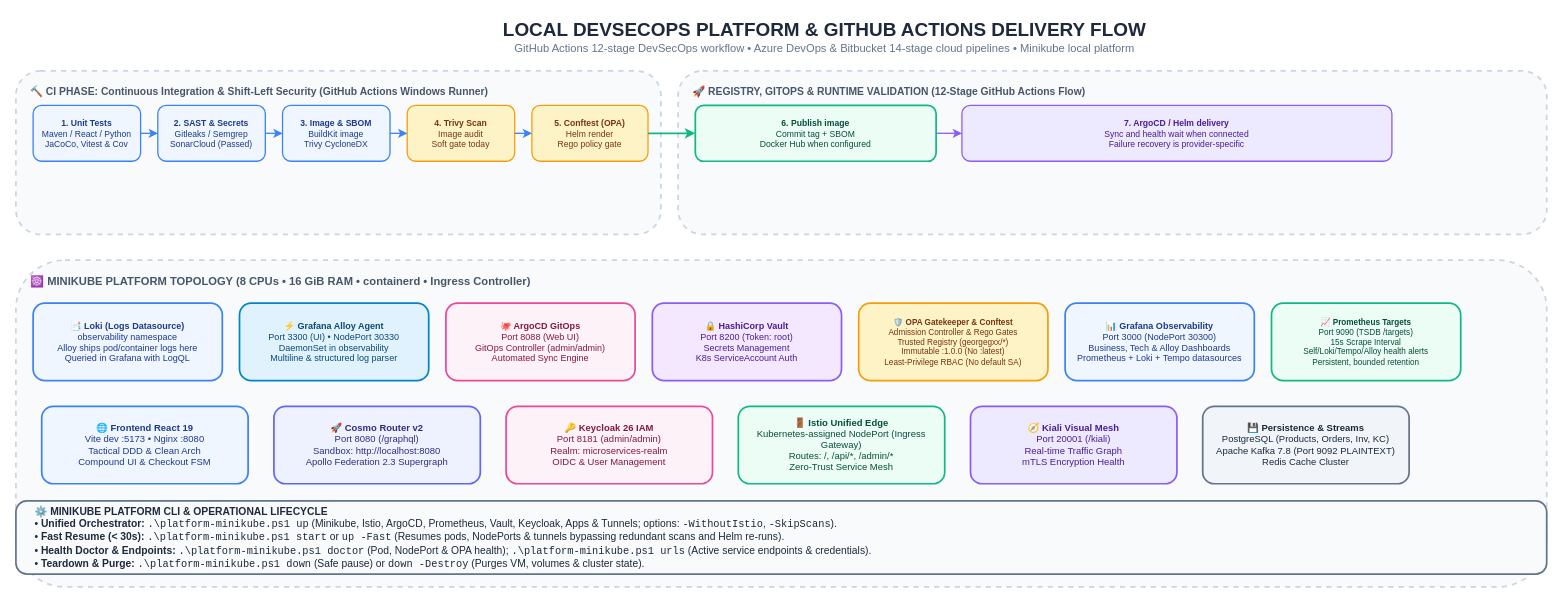
Earlier version of the draw.io diagram page "9. Local DevSecOps Platform & GitHub Actions Delivery" (9 of 16) of docs/Diagrams.drawio (GeorgeGxx/microservices-architecture). Source tidied: cells renumbered, new cells numbered last; positions are measured from the earlier drawing's top-left corner, leaving out a move shared by most shapes. Both pictures are drawn from the tidied source at 86%, with x=0, y=0 at pixel (15, 15).
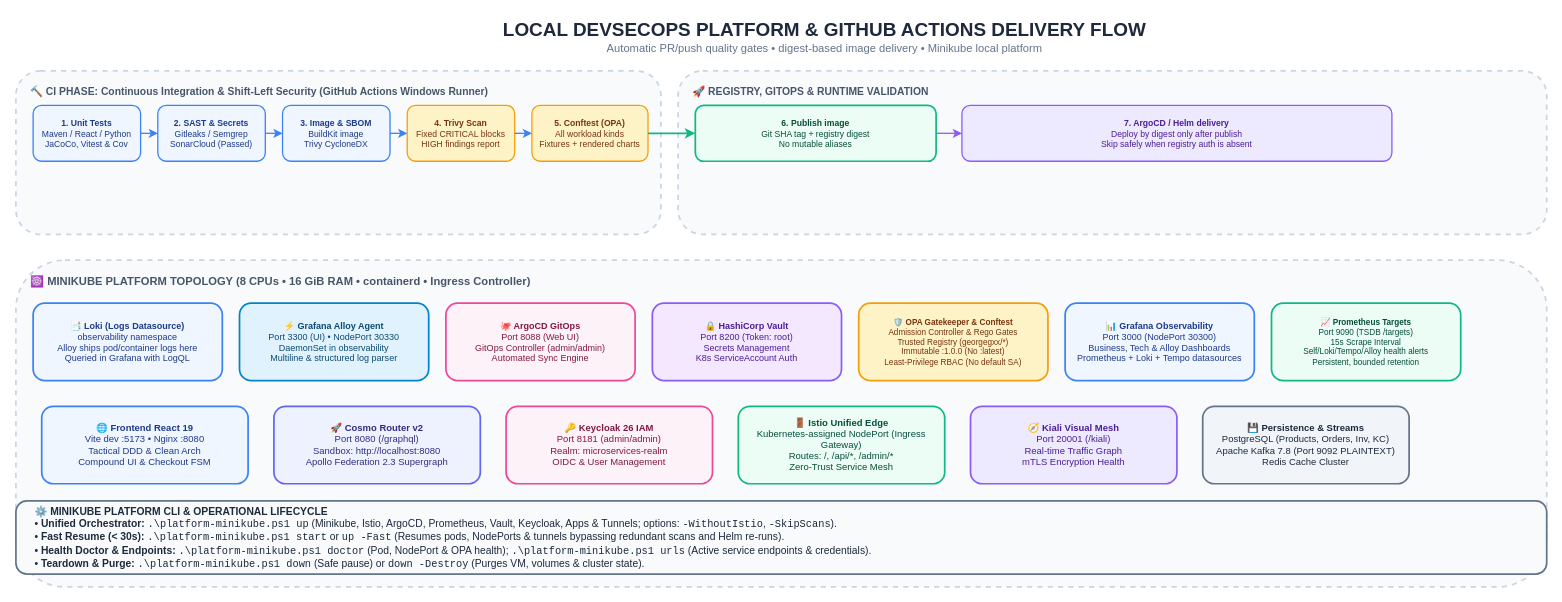
The same page after the edit.

What changed in the source:
```diff
@@
-    <mxCell id="2" value="&lt;b style='font-size:22px;color:#1E293B;'&gt;LOCAL DEVSECOPS PLATFORM &amp; GITHUB ACTIONS DELIVERY FLOW&lt;/b&gt;&lt;br&gt;&lt;span style='font-size:13px;color:#64748B;'&gt;GitHub Actions 12-stage DevSecOps workflow • Azure DevOps &amp; Bitbucket 14-stage cloud pipelines • Minikube local platform&lt;/span&gt;" style="text;html=1;align=center;verticalAlign=middle;rounded=0;" parent="1" vertex="1">
+    <mxCell id="2" value="&lt;b style='font-size:22px;color:#1E293B;'&gt;LOCAL DEVSECOPS PLATFORM &amp; GITHUB ACTIONS DELIVERY FLOW&lt;/b&gt;&lt;br&gt;&lt;span style='font-size:13px;color:#64748B;'&gt;Automatic PR/push quality gates • digest-based image delivery • Minikube local platform&lt;/span&gt;" style="text;html=1;align=center;verticalAlign=middle;rounded=0;" parent="1" vertex="1">
       <mxGeometry x="240" width="1400" height="50" as="geometry" />
     </mxCell>
@@
-    <mxCell id="7" value="&lt;b&gt;4. Trivy Scan&lt;/b&gt;&lt;br&gt;Image audit&lt;br&gt;Soft gate today" style="rounded=1;whiteSpace=wrap;html=1;fillColor=#FEF3C7;strokeColor=#F59E0B;strokeWidth=1.5;fontColor=#78350F;fontSize=10;" parent="1" vertex="1">
+    <mxCell id="7" value="&lt;b&gt;4. Trivy Scan&lt;/b&gt;&lt;br&gt;Fixed CRITICAL blocks&lt;br&gt;HIGH findings report" style="rounded=1;whiteSpace=wrap;html=1;fillColor=#FEF3C7;strokeColor=#F59E0B;strokeWidth=1.5;fontColor=#78350F;fontSize=10;" parent="1" vertex="1">
       <mxGeometry x="455" y="105" width="125" height="65" as="geometry" />
     </mxCell>
-    <mxCell id="8" value="&lt;b&gt;5. Conftest (OPA)&lt;/b&gt;&lt;br&gt;Helm render&lt;br&gt;Rego policy gate" style="rounded=1;whiteSpace=wrap;html=1;fillColor=#FEF3C7;strokeColor=#F59E0B;strokeWidth=1.5;fontColor=#78350F;fontSize=10;" parent="1" vertex="1">
+    <mxCell id="8" value="&lt;b&gt;5. Conftest (OPA)&lt;/b&gt;&lt;br&gt;All workload kinds&lt;br&gt;Fixtures + rendered charts" style="rounded=1;whiteSpace=wrap;html=1;fillColor=#FEF3C7;strokeColor=#F59E0B;strokeWidth=1.5;fontColor=#78350F;fontSize=10;" parent="1" vertex="1">
       <mxGeometry x="600" y="105" width="135" height="65" as="geometry" />
     </mxCell>
@@
-    <mxCell id="13" value="&lt;b&gt;🚀 REGISTRY, GITOPS &amp; RUNTIME VALIDATION (12-Stage GitHub Actions Flow)&lt;/b&gt;" style="rounded=1;whiteSpace=wrap;html=1;fillColor=#F8FAFC;strokeColor=#CBD5E1;strokeWidth=2;verticalAlign=top;align=left;spacingLeft=15;spacingTop=10;fontColor=#475569;fontSize=12;dashed=1;" parent="1" vertex="1">
+    <mxCell id="13" value="&lt;b&gt;🚀 REGISTRY, GITOPS &amp; RUNTIME VALIDATION&lt;/b&gt;" style="rounded=1;whiteSpace=wrap;html=1;fillColor=#F8FAFC;strokeColor=#CBD5E1;strokeWidth=2;verticalAlign=top;align=left;spacingLeft=15;spacingTop=10;fontColor=#475569;fontSize=12;dashed=1;" parent="1" vertex="1">
       <mxGeometry x="770" y="65" width="1010" height="190" as="geometry" />
     </mxCell>
-    <mxCell id="14" value="&lt;b&gt;6. Publish image&lt;/b&gt;&lt;br&gt;Commit tag + SBOM&lt;br&gt;Docker Hub when configured" style="rounded=1;whiteSpace=wrap;html=1;fillColor=#ECFDF5;strokeColor=#10B981;strokeWidth=2;fontColor=#064E3B;fontSize=10;" parent="1" vertex="1">
+    <mxCell id="14" value="&lt;b&gt;6. Publish image&lt;/b&gt;&lt;br&gt;Git SHA tag + registry digest&lt;br&gt;No mutable aliases" style="rounded=1;whiteSpace=wrap;html=1;fillColor=#ECFDF5;strokeColor=#10B981;strokeWidth=2;fontColor=#064E3B;fontSize=10;" parent="1" vertex="1">
       <mxGeometry x="790" y="105" width="280" height="65" as="geometry" />
     </mxCell>
-    <mxCell id="15" value="&lt;b&gt;7. ArgoCD / Helm delivery&lt;/b&gt;&lt;br&gt;Sync and health wait when connected&lt;br&gt;Failure recovery is provider-specific" style="rounded=1;whiteSpace=wrap;html=1;fillColor=#EDE9FE;strokeColor=#8B5CF6;strokeWidth=1.5;fontColor=#4C1D95;fontSize=10;" parent="1" vertex="1">
+    <mxCell id="15" value="&lt;b&gt;7. ArgoCD / Helm delivery&lt;/b&gt;&lt;br&gt;Deploy by digest only after publish&lt;br&gt;Skip safely when registry auth is absent" style="rounded=1;whiteSpace=wrap;html=1;fillColor=#EDE9FE;strokeColor=#8B5CF6;strokeWidth=1.5;fontColor=#4C1D95;fontSize=10;" parent="1" vertex="1">
       <mxGeometry x="1100" y="105" width="500" height="65" as="geometry" />
     </mxCell>
```
